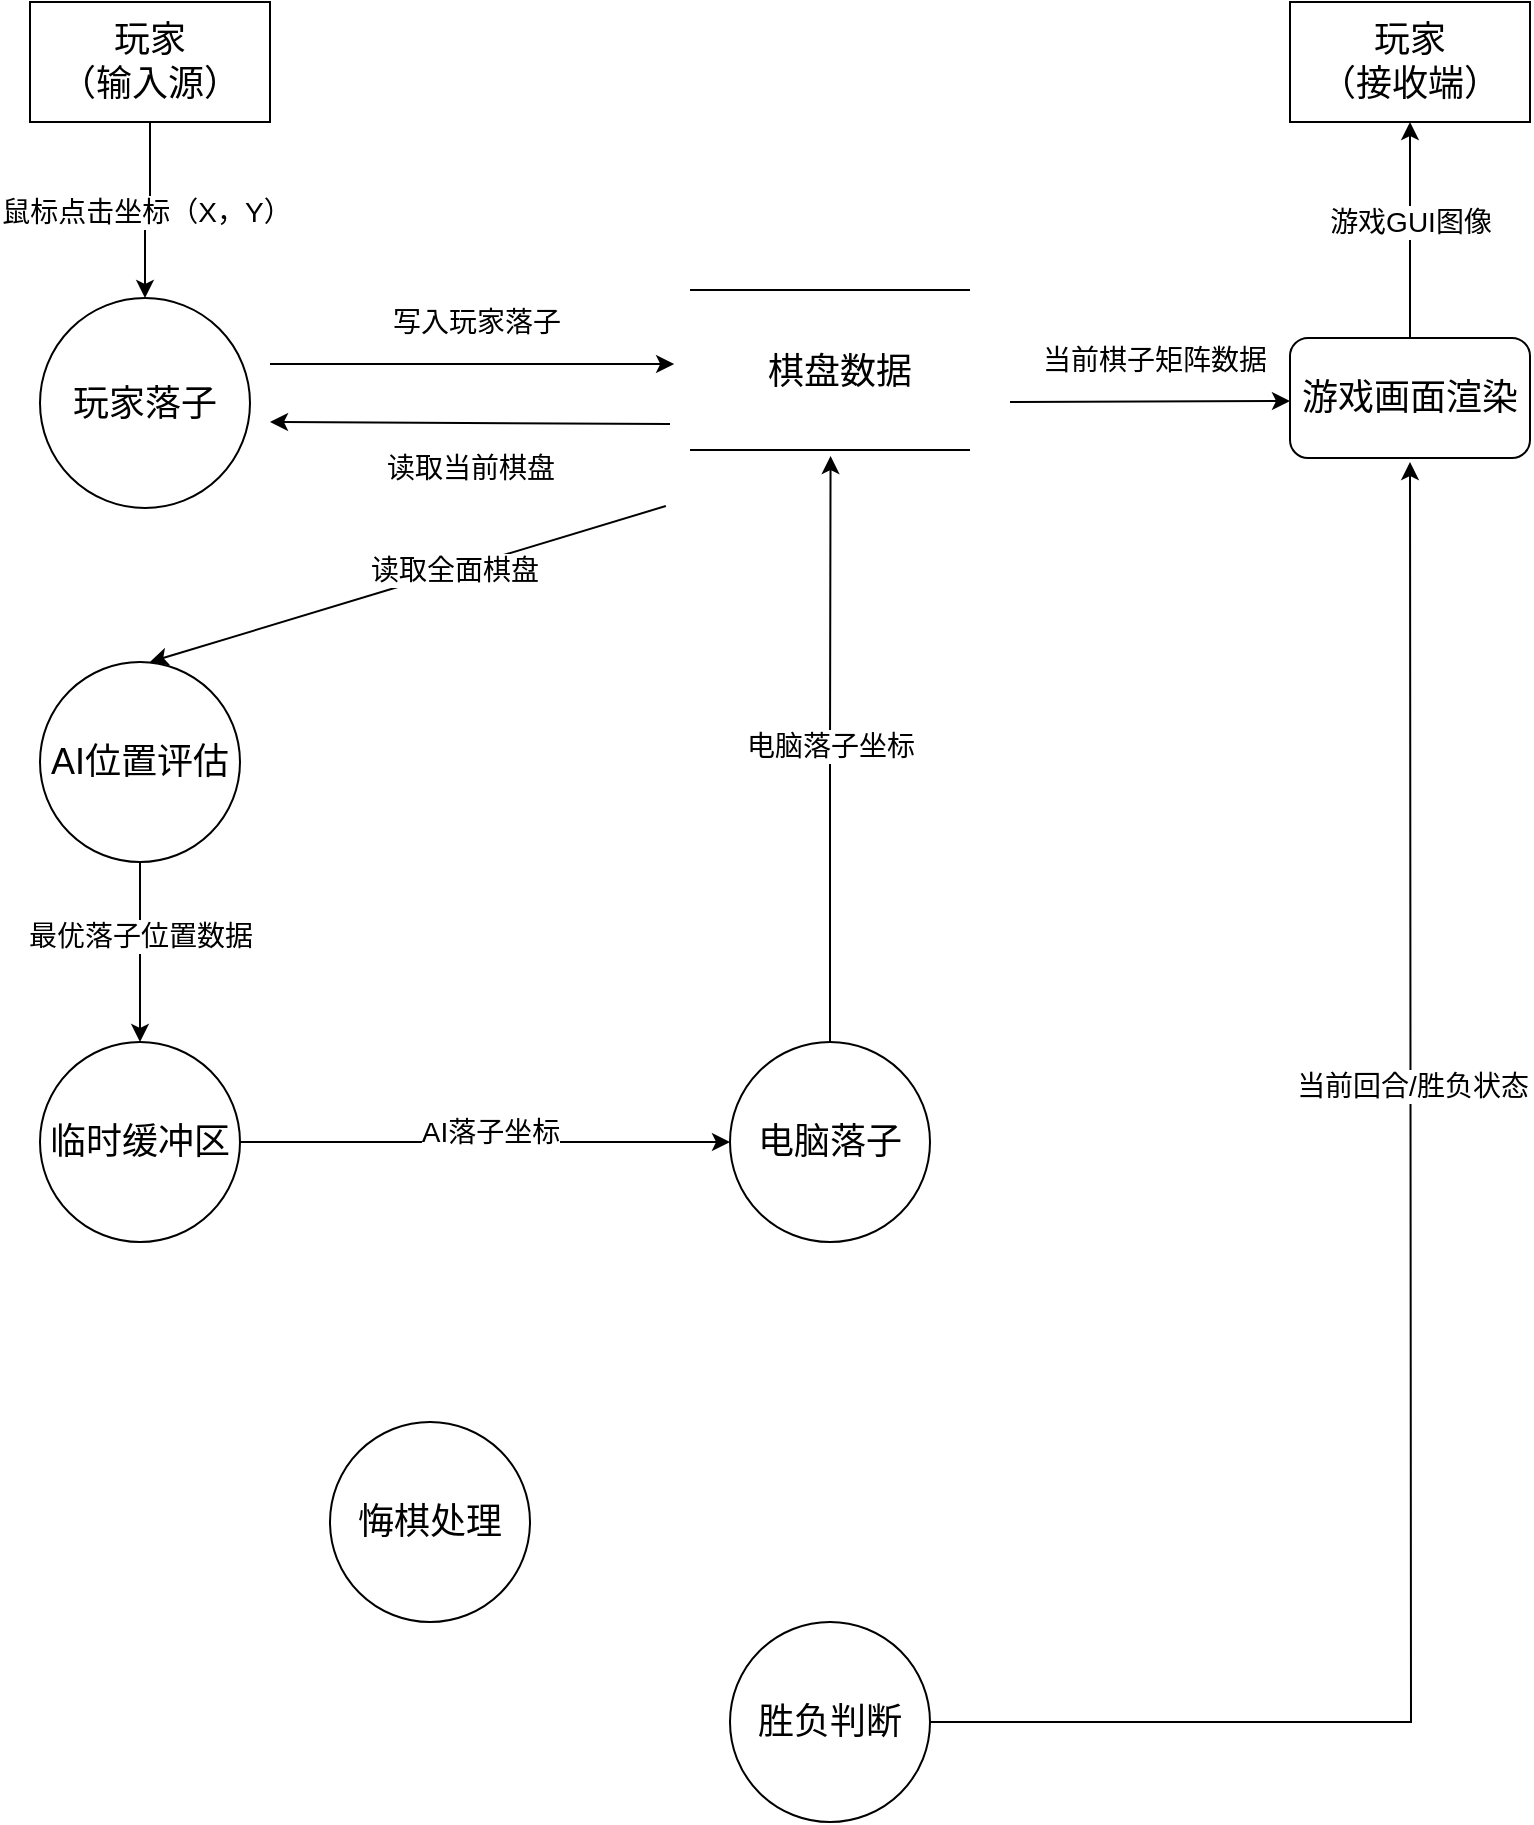
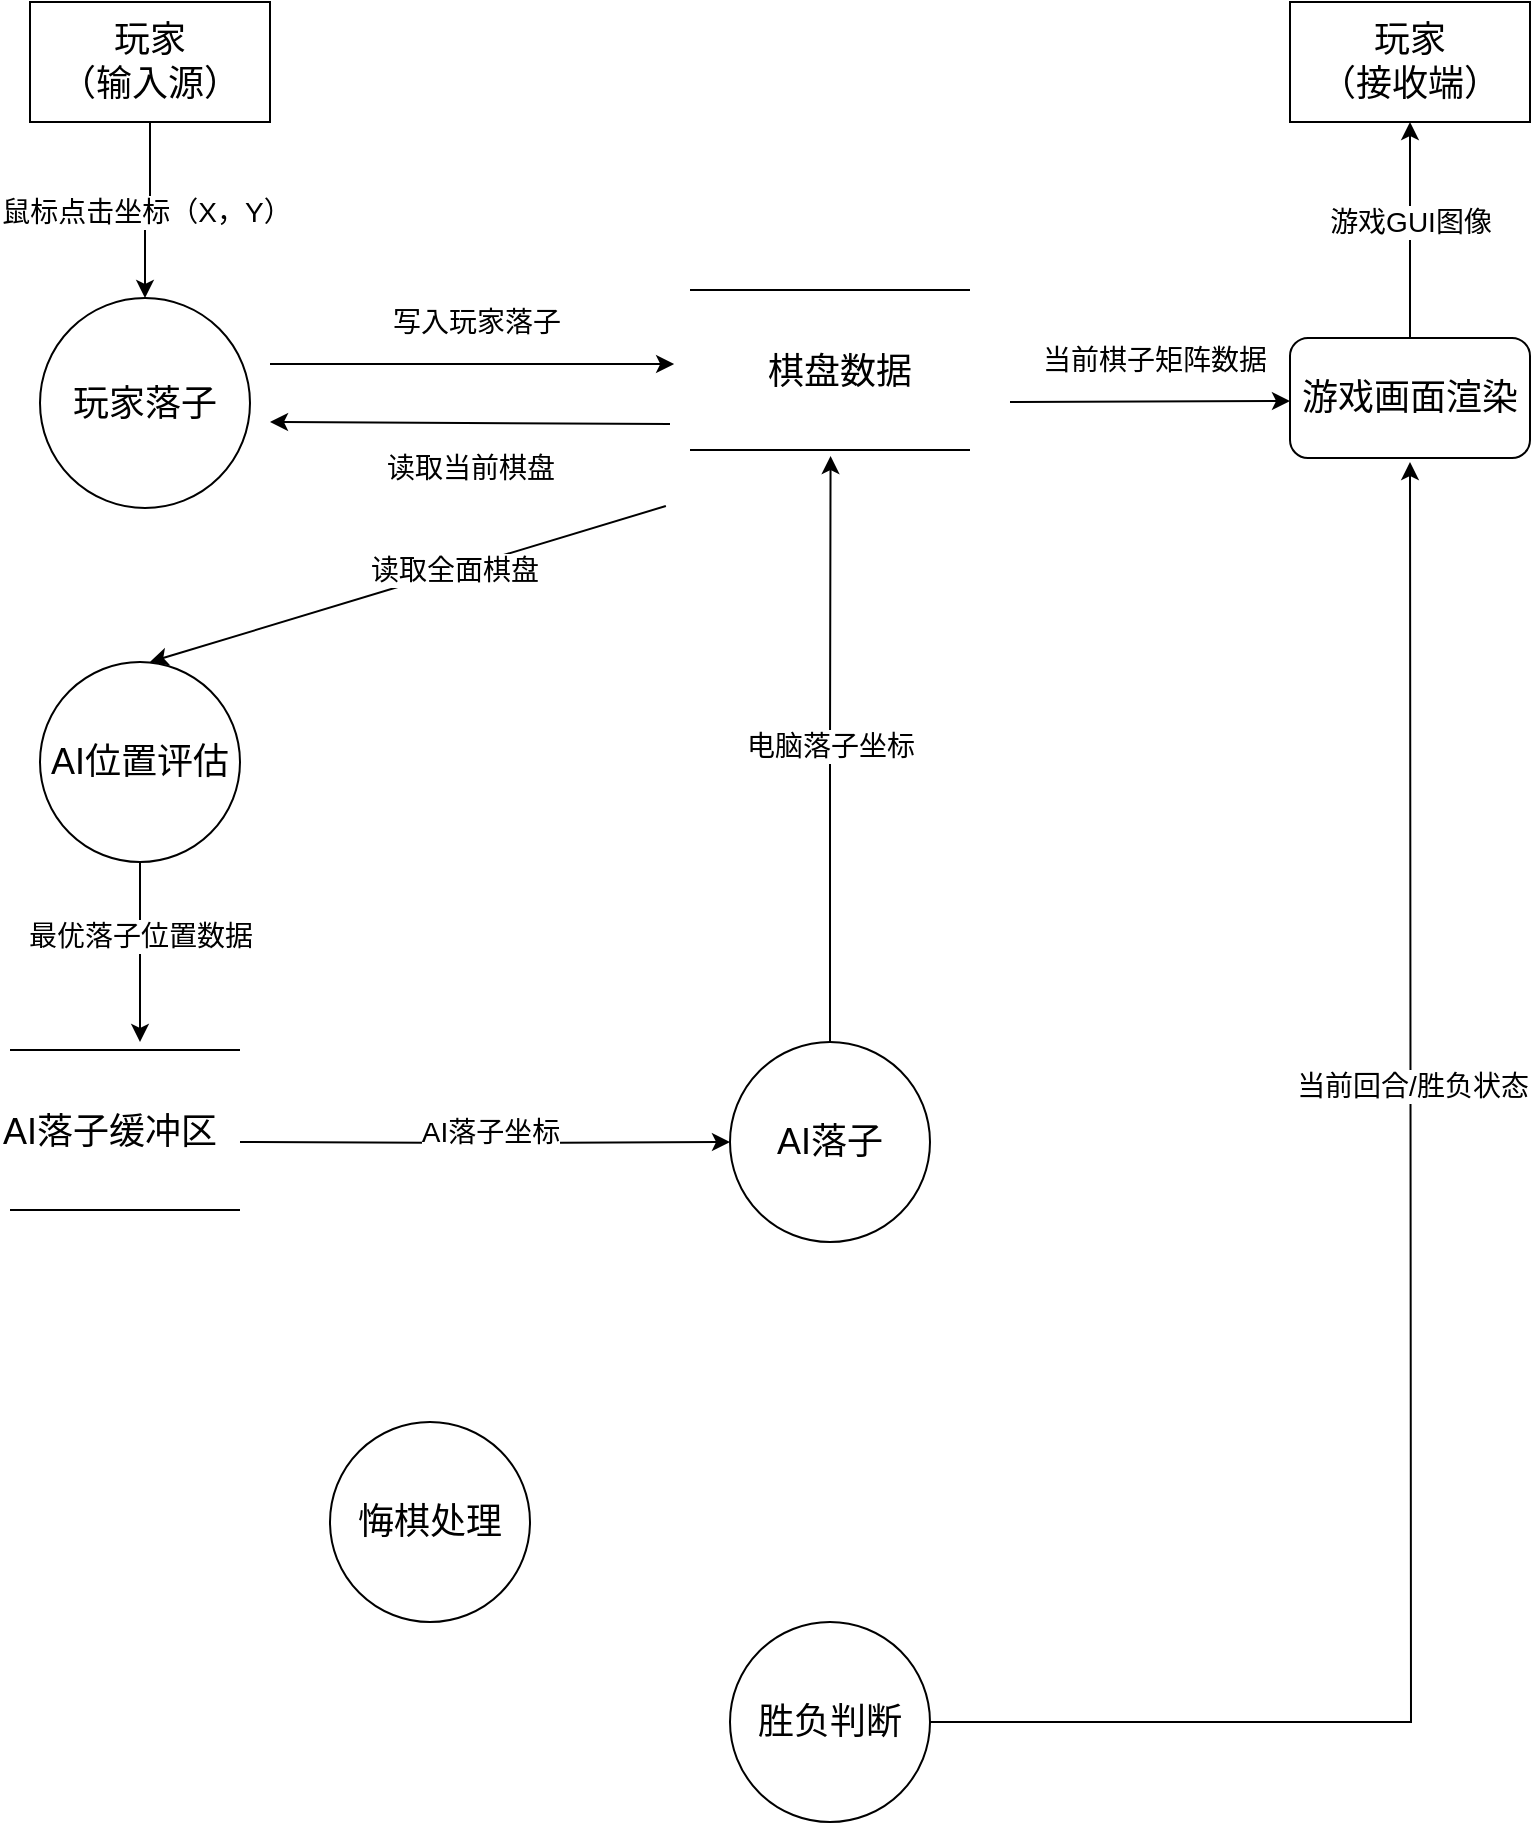
<mxfile host="app.diagrams.net">
  <diagram name="Page-1" id="hryGj0KzSXnJhMcqTr9-">
    <mxGraphModel dx="1201" dy="825" grid="1" gridSize="10" guides="1" tooltips="1" connect="1" arrows="1" fold="1" page="1" pageScale="1" pageWidth="827" pageHeight="1169" math="0" shadow="0">
      <root>
        <mxCell id="0" />
        <mxCell id="1" parent="0" />
        <mxCell id="fDHwApNMCYBN-XmplwMt-11" edge="1" parent="1" source="fDHwApNMCYBN-XmplwMt-3" style="edgeStyle=orthogonalEdgeStyle;rounded=0;orthogonalLoop=1;jettySize=auto;html=1;exitX=0.5;exitY=1;exitDx=0;exitDy=0;entryX=0.5;entryY=0;entryDx=0;entryDy=0;" target="SoA14i47H3jGXmkj97EN-22">
          <mxGeometry relative="1" as="geometry">
            <mxPoint x="90" y="230" as="targetPoint" />
          </mxGeometry>
        </mxCell>
        <mxCell id="fDHwApNMCYBN-XmplwMt-12" connectable="0" parent="fDHwApNMCYBN-XmplwMt-11" style="edgeLabel;html=1;align=center;verticalAlign=middle;resizable=0;points=[];" value="&lt;font style=&quot;font-size: 14px;&quot;&gt;鼠标点击坐标（X，Y）&lt;/font&gt;" vertex="1">
          <mxGeometry relative="1" x="0.0364" as="geometry">
            <mxPoint as="offset" />
          </mxGeometry>
        </mxCell>
        <mxCell id="fDHwApNMCYBN-XmplwMt-3" parent="1" style="rounded=0;whiteSpace=wrap;html=1;" value="&lt;font style=&quot;font-size: 18px;&quot;&gt;玩家&lt;/font&gt;&lt;div&gt;&lt;font style=&quot;font-size: 18px;&quot;&gt;（输入源）&lt;/font&gt;&lt;/div&gt;" vertex="1">
          <mxGeometry height="60" width="120" x="30" y="60" as="geometry" />
        </mxCell>
        <mxCell id="SoA14i47H3jGXmkj97EN-37" edge="1" parent="1" source="fDHwApNMCYBN-XmplwMt-9" style="edgeStyle=orthogonalEdgeStyle;rounded=0;orthogonalLoop=1;jettySize=auto;html=1;exitX=0.5;exitY=0;exitDx=0;exitDy=0;entryX=0.5;entryY=1;entryDx=0;entryDy=0;" target="fDHwApNMCYBN-XmplwMt-10">
          <mxGeometry relative="1" as="geometry" />
        </mxCell>
        <mxCell id="SoA14i47H3jGXmkj97EN-38" connectable="0" parent="SoA14i47H3jGXmkj97EN-37" style="edgeLabel;html=1;align=center;verticalAlign=middle;resizable=0;points=[];" value="&lt;font style=&quot;font-size: 14px;&quot;&gt;游戏GUI图像&lt;/font&gt;" vertex="1">
          <mxGeometry relative="1" x="0.0741" as="geometry">
            <mxPoint as="offset" />
          </mxGeometry>
        </mxCell>
        <mxCell id="fDHwApNMCYBN-XmplwMt-9" parent="1" style="rounded=1;whiteSpace=wrap;html=1;" value="&lt;font style=&quot;font-size: 18px;&quot;&gt;游戏画面渲染&lt;/font&gt;" vertex="1">
          <mxGeometry height="60" width="120" x="660" y="228" as="geometry" />
        </mxCell>
        <mxCell id="fDHwApNMCYBN-XmplwMt-10" parent="1" style="rounded=0;whiteSpace=wrap;html=1;" value="&lt;span style=&quot;font-size: 18px;&quot;&gt;玩家&lt;/span&gt;&lt;div&gt;&lt;span style=&quot;font-size: 18px;&quot;&gt;（接收端）&lt;/span&gt;&lt;/div&gt;" vertex="1">
          <mxGeometry height="60" width="120" x="660" y="60" as="geometry" />
        </mxCell>
        <mxCell id="SoA14i47H3jGXmkj97EN-10" edge="1" parent="1" style="endArrow=classic;html=1;rounded=0;entryX=0.013;entryY=0.14;entryDx=0;entryDy=0;entryPerimeter=0;" value="">
          <mxGeometry height="50" relative="1" width="50" as="geometry">
            <mxPoint x="150" y="241" as="sourcePoint" />
            <mxPoint x="352.067" y="241" as="targetPoint" />
          </mxGeometry>
        </mxCell>
        <mxCell id="SoA14i47H3jGXmkj97EN-11" connectable="0" parent="SoA14i47H3jGXmkj97EN-10" style="edgeLabel;html=1;align=center;verticalAlign=middle;resizable=0;points=[];" value="&lt;font style=&quot;font-size: 14px;&quot;&gt;写入玩家落子&lt;/font&gt;" vertex="1">
          <mxGeometry relative="1" x="0.0202" y="1" as="geometry">
            <mxPoint y="-20" as="offset" />
          </mxGeometry>
        </mxCell>
        <mxCell id="SoA14i47H3jGXmkj97EN-12" edge="1" parent="1" style="endArrow=classic;html=1;rounded=0;exitX=0.925;exitY=0;exitDx=0;exitDy=0;exitPerimeter=0;" value="">
          <mxGeometry height="50" relative="1" width="50" as="geometry">
            <mxPoint x="350" y="271" as="sourcePoint" />
            <mxPoint x="150" y="270" as="targetPoint" />
          </mxGeometry>
        </mxCell>
        <mxCell id="SoA14i47H3jGXmkj97EN-13" connectable="0" parent="SoA14i47H3jGXmkj97EN-12" style="edgeLabel;html=1;align=center;verticalAlign=middle;resizable=0;points=[];" value="&lt;font style=&quot;font-size: 14px;&quot;&gt;读取当前棋盘&lt;/font&gt;&lt;div&gt;&lt;font style=&quot;font-size: 14px;&quot;&gt;&lt;br&gt;&lt;/font&gt;&lt;/div&gt;" vertex="1">
          <mxGeometry relative="1" x="0.0202" y="1" as="geometry">
            <mxPoint x="2" y="29" as="offset" />
          </mxGeometry>
        </mxCell>
        <mxCell id="SoA14i47H3jGXmkj97EN-14" edge="1" parent="1" style="endArrow=classic;html=1;rounded=0;entryX=-0.013;entryY=0.68;entryDx=0;entryDy=0;entryPerimeter=0;exitX=-0.013;exitY=0.68;exitDx=0;exitDy=0;exitPerimeter=0;" value="">
          <mxGeometry height="50" relative="1" width="50" as="geometry">
            <mxPoint x="347.933" y="312" as="sourcePoint" />
            <mxPoint x="90" y="390" as="targetPoint" />
          </mxGeometry>
        </mxCell>
        <mxCell id="SoA14i47H3jGXmkj97EN-15" connectable="0" parent="SoA14i47H3jGXmkj97EN-14" style="edgeLabel;html=1;align=center;verticalAlign=middle;resizable=0;points=[];" value="&lt;font style=&quot;font-size: 14px;&quot;&gt;读取全面棋盘&lt;/font&gt;" vertex="1">
          <mxGeometry relative="1" x="-0.1782" as="geometry">
            <mxPoint as="offset" />
          </mxGeometry>
        </mxCell>
        <mxCell id="SoA14i47H3jGXmkj97EN-16" edge="1" parent="1" style="endArrow=classic;html=1;rounded=0;entryX=0.013;entryY=0.14;entryDx=0;entryDy=0;entryPerimeter=0;" value="">
          <mxGeometry height="50" relative="1" width="50" as="geometry">
            <mxPoint x="520" y="260" as="sourcePoint" />
            <mxPoint x="659.9970000000001" y="259.5" as="targetPoint" />
          </mxGeometry>
        </mxCell>
        <mxCell id="SoA14i47H3jGXmkj97EN-17" connectable="0" parent="SoA14i47H3jGXmkj97EN-16" style="edgeLabel;html=1;align=center;verticalAlign=middle;resizable=0;points=[];" value="&lt;span style=&quot;font-size: 14px;&quot;&gt;当前棋子矩阵数据&lt;/span&gt;" vertex="1">
          <mxGeometry relative="1" x="0.0202" y="1" as="geometry">
            <mxPoint y="-20" as="offset" />
          </mxGeometry>
        </mxCell>
        <mxCell id="SoA14i47H3jGXmkj97EN-22" parent="1" style="ellipse;whiteSpace=wrap;html=1;aspect=fixed;" value="&lt;font style=&quot;font-size: 18px;&quot;&gt;玩家落子&lt;/font&gt;" vertex="1">
          <mxGeometry height="105" width="105" x="35" y="208" as="geometry" />
        </mxCell>
        <mxCell id="SoA14i47H3jGXmkj97EN-23" parent="1" style="ellipse;whiteSpace=wrap;html=1;aspect=fixed;" value="&lt;font style=&quot;font-size: 18px;&quot;&gt;AI位置评估&lt;/font&gt;" vertex="1">
          <mxGeometry height="100" width="100" x="35" y="390" as="geometry" />
        </mxCell>
-         <mxCell id="SoA14i47H3jGXmkj97EN-24" parent="1" style="ellipse;whiteSpace=wrap;html=1;aspect=fixed;" value="&lt;font style=&quot;font-size: 18px;&quot;&gt;电脑落子&lt;/font&gt;" vertex="1">
+         <mxCell id="SoA14i47H3jGXmkj97EN-24" parent="1" style="ellipse;whiteSpace=wrap;html=1;aspect=fixed;" value="&lt;font style=&quot;font-size: 18px;&quot;&gt;AI落子&lt;/font&gt;" vertex="1">
          <mxGeometry height="100" width="100" x="380" y="580" as="geometry" />
        </mxCell>
        <mxCell id="SoA14i47H3jGXmkj97EN-39" edge="1" parent="1" source="SoA14i47H3jGXmkj97EN-25" style="edgeStyle=orthogonalEdgeStyle;rounded=0;orthogonalLoop=1;jettySize=auto;html=1;exitX=1;exitY=0.5;exitDx=0;exitDy=0;">
          <mxGeometry relative="1" as="geometry">
            <mxPoint x="720" y="290" as="targetPoint" />
          </mxGeometry>
        </mxCell>
        <mxCell id="SoA14i47H3jGXmkj97EN-40" connectable="0" parent="SoA14i47H3jGXmkj97EN-39" style="edgeLabel;html=1;align=center;verticalAlign=middle;resizable=0;points=[];" value="&lt;font style=&quot;font-size: 14px;&quot;&gt;当前回合/胜负状态&lt;/font&gt;" vertex="1">
          <mxGeometry relative="1" x="0.2828" y="-1" as="geometry">
            <mxPoint as="offset" />
          </mxGeometry>
        </mxCell>
        <mxCell id="SoA14i47H3jGXmkj97EN-25" parent="1" style="ellipse;whiteSpace=wrap;html=1;aspect=fixed;" value="&lt;font style=&quot;font-size: 18px;&quot;&gt;胜负判断&lt;/font&gt;" vertex="1">
          <mxGeometry height="100" width="100" x="380" y="870" as="geometry" />
        </mxCell>
        <mxCell id="SoA14i47H3jGXmkj97EN-27" parent="1" style="line;strokeWidth=1;fillColor=none;align=left;verticalAlign=middle;spacingTop=-1;spacingLeft=3;spacingRight=3;rotatable=0;labelPosition=right;points=[];portConstraint=eastwest;strokeColor=inherit;" value="" vertex="1">
          <mxGeometry height="8" width="140" x="360" y="200" as="geometry" />
        </mxCell>
        <mxCell id="SoA14i47H3jGXmkj97EN-28" parent="1" style="line;strokeWidth=1;fillColor=none;align=left;verticalAlign=middle;spacingTop=-1;spacingLeft=3;spacingRight=3;rotatable=0;labelPosition=right;points=[];portConstraint=eastwest;strokeColor=inherit;" value="" vertex="1">
          <mxGeometry height="8" width="140" x="360" y="280" as="geometry" />
        </mxCell>
        <mxCell id="SoA14i47H3jGXmkj97EN-29" parent="1" style="text;html=1;whiteSpace=wrap;strokeColor=none;fillColor=none;align=center;verticalAlign=middle;rounded=0;" value="&lt;font style=&quot;font-size: 18px;&quot;&gt;棋盘数据&lt;/font&gt;" vertex="1">
          <mxGeometry height="30" width="110" x="380" y="230" as="geometry" />
        </mxCell>
-         <mxCell id="SoA14i47H3jGXmkj97EN-33" edge="1" parent="1" source="SoA14i47H3jGXmkj97EN-30" style="edgeStyle=orthogonalEdgeStyle;rounded=0;orthogonalLoop=1;jettySize=auto;html=1;exitX=1;exitY=0.5;exitDx=0;exitDy=0;entryX=0;entryY=0.5;entryDx=0;entryDy=0;" target="SoA14i47H3jGXmkj97EN-24">
-           <mxGeometry relative="1" as="geometry" />
+         <mxCell id="SoA14i47H3jGXmkj97EN-33" edge="1" parent="1" style="edgeStyle=orthogonalEdgeStyle;rounded=0;orthogonalLoop=1;jettySize=auto;html=1;exitX=1;exitY=0.5;exitDx=0;exitDy=0;entryX=0;entryY=0.5;entryDx=0;entryDy=0;" target="SoA14i47H3jGXmkj97EN-24">
+           <mxGeometry relative="1" as="geometry">
+             <mxPoint x="135" y="630" as="sourcePoint" />
+           </mxGeometry>
        </mxCell>
        <mxCell id="SoA14i47H3jGXmkj97EN-34" connectable="0" parent="SoA14i47H3jGXmkj97EN-33" style="edgeLabel;html=1;align=center;verticalAlign=middle;resizable=0;points=[];" value="&lt;font style=&quot;font-size: 14px;&quot;&gt;AI落子坐标&lt;/font&gt;" vertex="1">
          <mxGeometry relative="1" x="0.0204" y="5" as="geometry">
            <mxPoint as="offset" />
          </mxGeometry>
        </mxCell>
-         <mxCell id="SoA14i47H3jGXmkj97EN-30" parent="1" style="ellipse;whiteSpace=wrap;html=1;aspect=fixed;" value="&lt;font style=&quot;font-size: 18px;&quot;&gt;临时缓冲区&lt;/font&gt;" vertex="1">
-           <mxGeometry height="100" width="100" x="35" y="580" as="geometry" />
-         </mxCell>
-         <mxCell id="SoA14i47H3jGXmkj97EN-31" edge="1" parent="1" source="SoA14i47H3jGXmkj97EN-23" style="endArrow=classic;html=1;rounded=0;entryX=0.5;entryY=0;entryDx=0;entryDy=0;exitX=0.5;exitY=1;exitDx=0;exitDy=0;" target="SoA14i47H3jGXmkj97EN-30" value="">
+         <mxCell id="SoA14i47H3jGXmkj97EN-31" edge="1" parent="1" source="SoA14i47H3jGXmkj97EN-23" style="endArrow=classic;html=1;rounded=0;entryX=0.5;entryY=0;entryDx=0;entryDy=0;exitX=0.5;exitY=1;exitDx=0;exitDy=0;" value="">
          <mxGeometry height="50" relative="1" width="50" as="geometry">
            <mxPoint x="447.933" y="340" as="sourcePoint" />
-             <mxPoint x="190" y="418" as="targetPoint" />
+             <mxPoint x="85" y="580" as="targetPoint" />
          </mxGeometry>
        </mxCell>
        <mxCell id="SoA14i47H3jGXmkj97EN-32" connectable="0" parent="SoA14i47H3jGXmkj97EN-31" style="edgeLabel;html=1;align=center;verticalAlign=middle;resizable=0;points=[];" value="&lt;span style=&quot;font-size: 14px;&quot;&gt;最优落子位置数据&lt;/span&gt;" vertex="1">
          <mxGeometry relative="1" x="-0.1782" as="geometry">
            <mxPoint as="offset" />
          </mxGeometry>
        </mxCell>
        <mxCell id="SoA14i47H3jGXmkj97EN-35" edge="1" parent="1" source="SoA14i47H3jGXmkj97EN-24" style="edgeStyle=orthogonalEdgeStyle;rounded=0;orthogonalLoop=1;jettySize=auto;html=1;exitX=0.5;exitY=0;exitDx=0;exitDy=0;entryX=0.502;entryY=0.875;entryDx=0;entryDy=0;entryPerimeter=0;" target="SoA14i47H3jGXmkj97EN-28">
          <mxGeometry relative="1" as="geometry" />
        </mxCell>
        <mxCell id="SoA14i47H3jGXmkj97EN-36" connectable="0" parent="SoA14i47H3jGXmkj97EN-35" style="edgeLabel;html=1;align=center;verticalAlign=middle;resizable=0;points=[];" value="&lt;span style=&quot;font-size: 14px;&quot;&gt;电脑落子坐标&lt;/span&gt;" vertex="1">
          <mxGeometry relative="1" x="-0.0044" y="1" as="geometry">
            <mxPoint y="-1" as="offset" />
          </mxGeometry>
        </mxCell>
        <mxCell id="SoA14i47H3jGXmkj97EN-41" parent="1" style="ellipse;whiteSpace=wrap;html=1;aspect=fixed;" value="&lt;font style=&quot;font-size: 18px;&quot;&gt;悔棋处理&lt;/font&gt;" vertex="1">
          <mxGeometry height="100" width="100" x="180" y="770" as="geometry" />
        </mxCell>
+         <mxCell id="SoA14i47H3jGXmkj97EN-42" parent="1" style="line;strokeWidth=1;fillColor=none;align=left;verticalAlign=middle;spacingTop=-1;spacingLeft=3;spacingRight=3;rotatable=0;labelPosition=right;points=[];portConstraint=eastwest;strokeColor=inherit;" value="" vertex="1">
+           <mxGeometry height="8" width="115" x="20" y="580" as="geometry" />
+         </mxCell>
+         <mxCell id="SoA14i47H3jGXmkj97EN-43" parent="1" style="line;strokeWidth=1;fillColor=none;align=left;verticalAlign=middle;spacingTop=-1;spacingLeft=3;spacingRight=3;rotatable=0;labelPosition=right;points=[];portConstraint=eastwest;strokeColor=inherit;" value="" vertex="1">
+           <mxGeometry height="8" width="115" x="20" y="660" as="geometry" />
+         </mxCell>
+         <mxCell id="SoA14i47H3jGXmkj97EN-44" parent="1" style="text;html=1;whiteSpace=wrap;strokeColor=none;fillColor=none;align=center;verticalAlign=middle;rounded=0;" value="&lt;span style=&quot;font-size: 18px;&quot;&gt;AI落子缓冲区&lt;/span&gt;" vertex="1">
+           <mxGeometry height="30" width="110" x="15" y="610" as="geometry" />
+         </mxCell>
      </root>
    </mxGraphModel>
  </diagram>
</mxfile>
